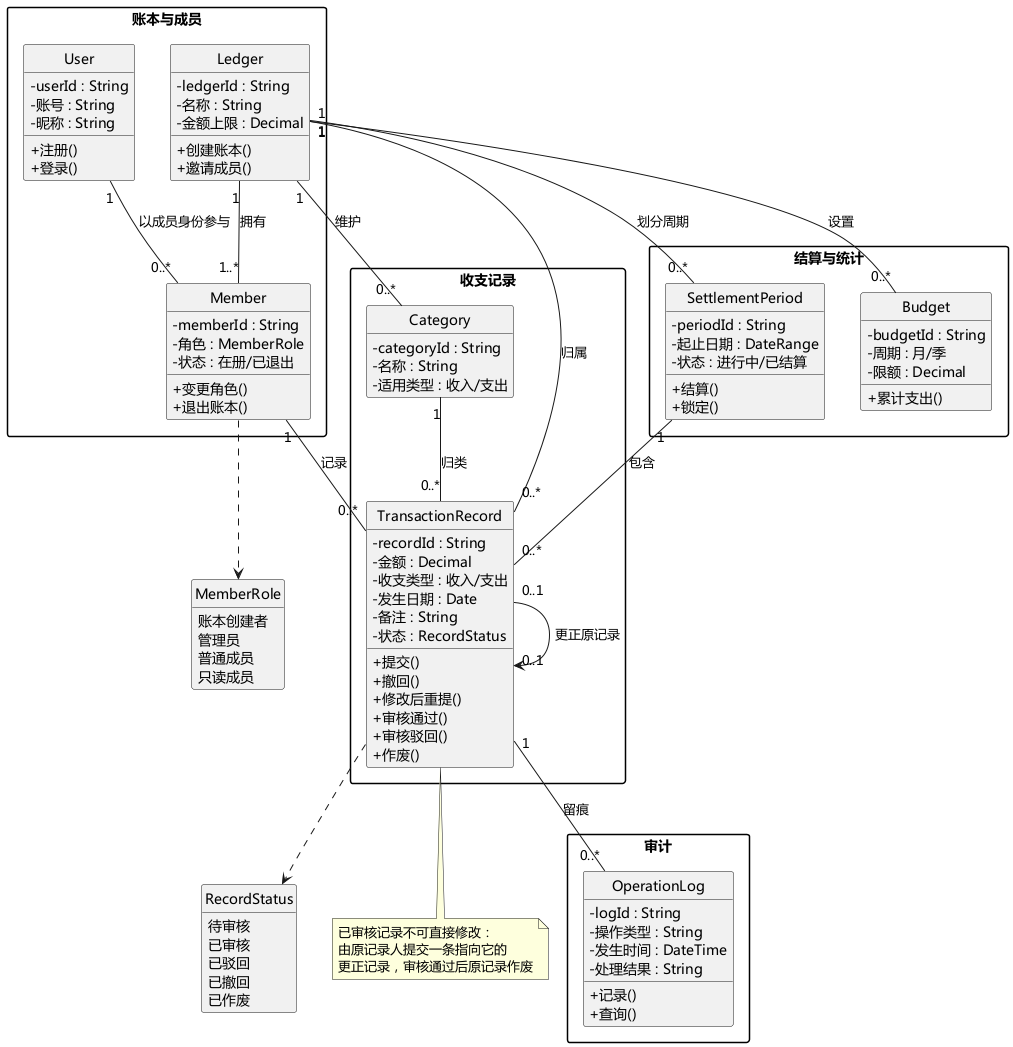
Before: uml/UML类图.png, a diagram exported from PlantUML (NaZnPO3/lab1-shared-ledger).
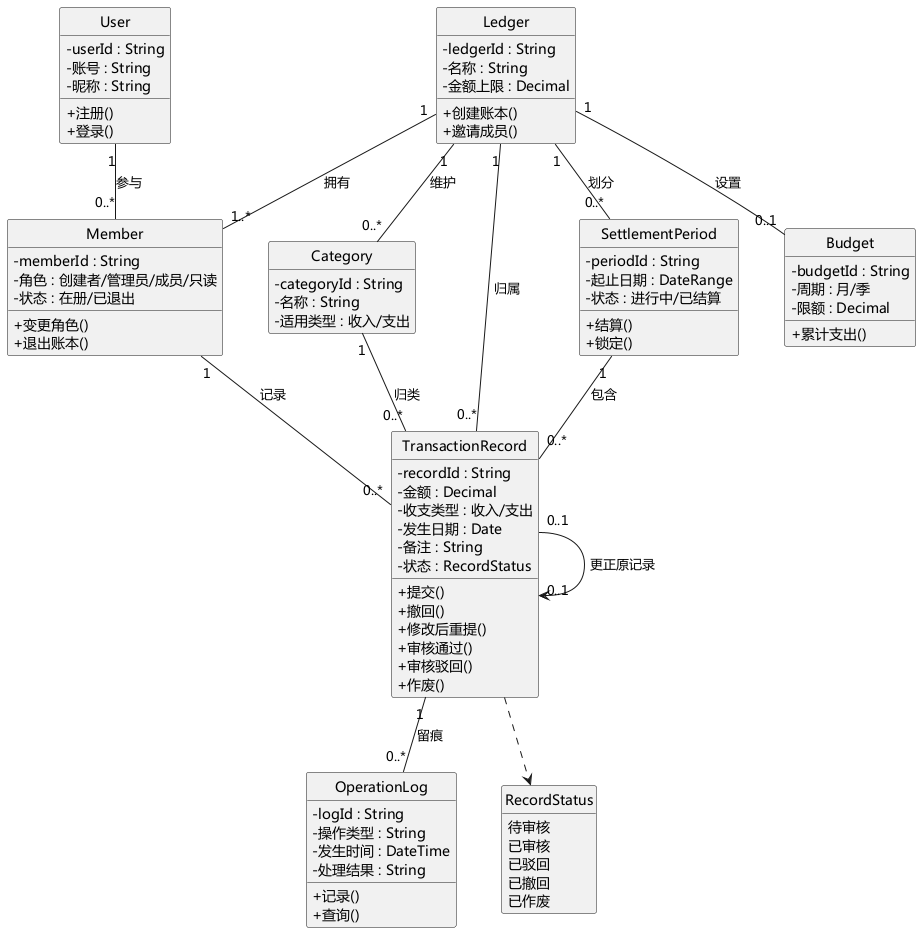
The same file after the commit.

Change to the diagram source:
```diff
@@ -1,93 +1,79 @@
 @startuml UML类图
 skinparam defaultFontName "Microsoft YaHei"
 skinparam classAttributeIconSize 0
-skinparam packageStyle rectangle
 skinparam shadowing false
+skinparam nodesep 45
+skinparam ranksep 55
 hide circle
 hide empty members
 
-package "账本与成员" {
-  class User {
-    - userId : String
-    - 账号 : String
-    - 昵称 : String
-    + 注册()
-    + 登录()
-  }
-
-  class Ledger {
-    - ledgerId : String
-    - 名称 : String
-    - 金额上限 : Decimal
-    + 创建账本()
-    + 邀请成员()
-  }
-
-  class Member {
-    - memberId : String
-    - 角色 : MemberRole
-    - 状态 : 在册/已退出
-    + 变更角色()
-    + 退出账本()
-  }
+class User {
+  - userId : String
+  - 账号 : String
+  - 昵称 : String
+  + 注册()
+  + 登录()
 }
 
-package "收支记录" {
-  class TransactionRecord {
-    - recordId : String
-    - 金额 : Decimal
-    - 收支类型 : 收入/支出
-    - 发生日期 : Date
-    - 备注 : String
-    - 状态 : RecordStatus
-    + 提交()
-    + 撤回()
-    + 修改后重提()
-    + 审核通过()
-    + 审核驳回()
-    + 作废()
-  }
-
-  class Category {
-    - categoryId : String
-    - 名称 : String
-    - 适用类型 : 收入/支出
-  }
+class Ledger {
+  - ledgerId : String
+  - 名称 : String
+  - 金额上限 : Decimal
+  + 创建账本()
+  + 邀请成员()
 }
 
-package "结算与统计" {
-  class SettlementPeriod {
-    - periodId : String
-    - 起止日期 : DateRange
-    - 状态 : 进行中/已结算
-    + 结算()
-    + 锁定()
-  }
-
-  class Budget {
-    - budgetId : String
-    - 周期 : 月/季
-    - 限额 : Decimal
-    + 累计支出()
-  }
+class Member {
+  - memberId : String
+  - 角色 : 创建者/管理员/成员/只读
+  - 状态 : 在册/已退出
+  + 变更角色()
+  + 退出账本()
 }
 
-package "审计" {
-  class OperationLog {
-    - logId : String
-    - 操作类型 : String
-    - 发生时间 : DateTime
-    - 处理结果 : String
-    + 记录()
-    + 查询()
-  }
+class Category {
+  - categoryId : String
+  - 名称 : String
+  - 适用类型 : 收入/支出
 }
 
-enum MemberRole {
-  账本创建者
-  管理员
-  普通成员
-  只读成员
+class TransactionRecord {
+  - recordId : String
+  - 金额 : Decimal
+  - 收支类型 : 收入/支出
+  - 发生日期 : Date
+  - 备注 : String
+  - 状态 : RecordStatus
+  + 提交()
+  + 撤回()
+  + 修改后重提()
+  + 审核通过()
+  + 审核驳回()
+  + 作废()
+}
+
+class SettlementPeriod {
+  - periodId : String
+  - 起止日期 : DateRange
+  - 状态 : 进行中/已结算
+  + 结算()
+  + 锁定()
+}
+
+class Budget {
+  - budgetId : String
+  - 周期 : 月/季
+  - 限额 : Decimal
+  + 累计支出()
+}
+
+class OperationLog {
+  - logId : String
+  - 操作类型 : String
+  - 发生时间 : DateTime
+  - 处理结果 : String
+  + 记录()
+  + 查询()
 }
 
 enum RecordStatus {
@@ -98,24 +84,17 @@
   已作废
 }
 
-User "1" -- "0..*" Member : 以成员身份参与
+User "1" -- "0..*" Member : 参与
 Ledger "1" -- "1..*" Member : 拥有
 Member "1" -- "0..*" TransactionRecord : 记录
 Ledger "1" -- "0..*" TransactionRecord : 归属
-Ledger "1" -- "0..*" SettlementPeriod : 划分周期
-Ledger "1" -- "0..*" Budget : 设置
 Ledger "1" -- "0..*" Category : 维护
 Category "1" -- "0..*" TransactionRecord : 归类
+Ledger "1" -- "0..*" SettlementPeriod : 划分
 SettlementPeriod "1" -- "0..*" TransactionRecord : 包含
+Ledger "1" -- "0..1" Budget : 设置
 TransactionRecord "0..1" --> "0..1" TransactionRecord : 更正原记录
 TransactionRecord "1" -- "0..*" OperationLog : 留痕
-Member ..> MemberRole
 TransactionRecord ..> RecordStatus
 
-note bottom of TransactionRecord
-  已审核记录不可直接修改：
-  由原记录人提交一条指向它的
-  更正记录，审核通过后原记录作废
-end note
-
 @enduml
```
